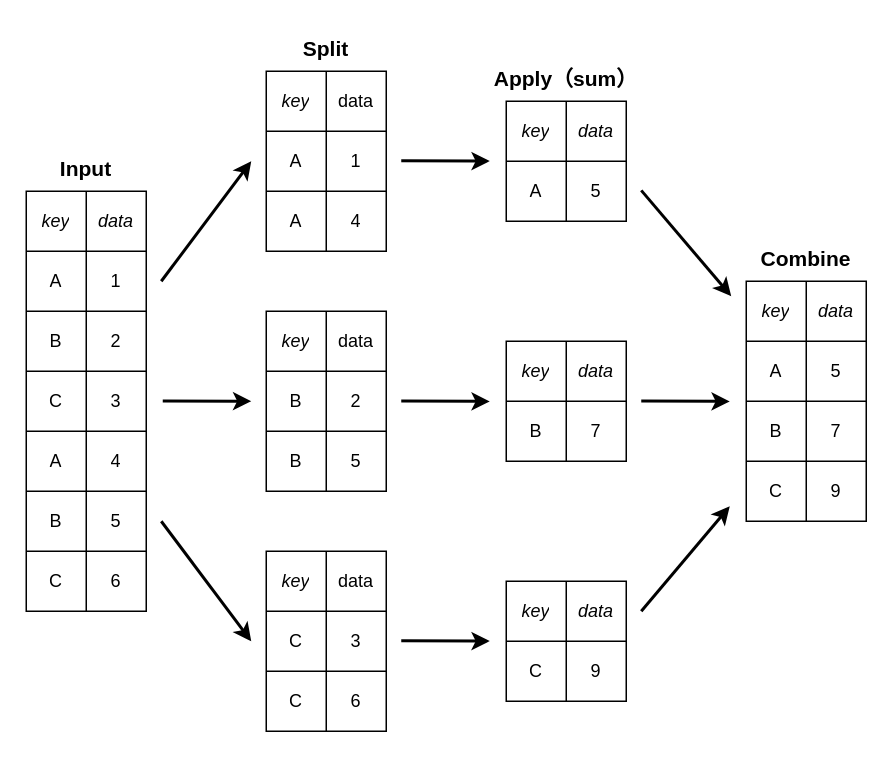
The draw.io diagram drawio/ch-dask-dataframe/groupby.drawio in godaai/scale-py-zh, before the edit. Source tidied: cells renumbered, new cells numbered last; positions are measured from the earlier drawing's top-left corner, leaving out a move shared by most shapes. Both pictures are drawn from the tidied source at 150%, with x=0, y=0 at pixel (26, 26).
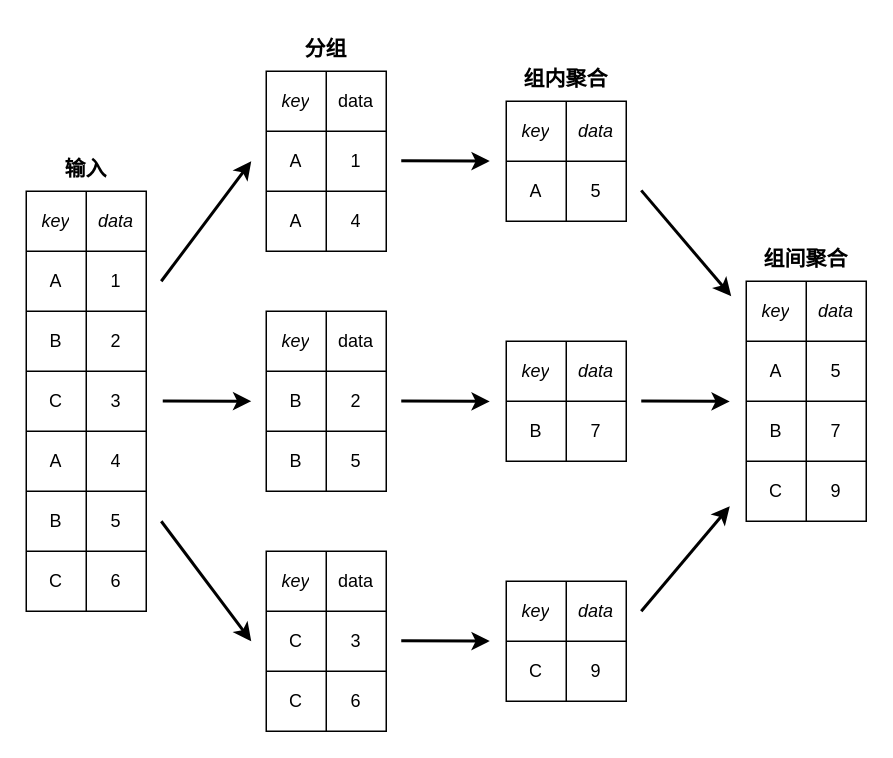
The same page after the edit.

Diff of the diagram source:
```diff
@@
-    <mxCell id="97" value="&lt;b&gt;&lt;font style=&quot;font-size: 14px;&quot;&gt;Input&lt;/font&gt;&lt;/b&gt;" style="text;html=1;align=center;verticalAlign=middle;whiteSpace=wrap;rounded=0;" parent="1" vertex="1">
+    <mxCell id="97" value="&lt;span style=&quot;font-size: 14px;&quot;&gt;&lt;b&gt;输入&lt;/b&gt;&lt;/span&gt;" style="text;html=1;align=center;verticalAlign=middle;whiteSpace=wrap;rounded=0;" parent="1" vertex="1">
       <mxGeometry y="80" width="80" height="30" as="geometry" />
     </mxCell>
-    <mxCell id="98" value="&lt;b&gt;&lt;font style=&quot;font-size: 14px;&quot;&gt;Combine&lt;/font&gt;&lt;/b&gt;" style="text;html=1;align=center;verticalAlign=middle;whiteSpace=wrap;rounded=0;" parent="1" vertex="1">
+    <mxCell id="98" value="&lt;span style=&quot;font-size: 14px;&quot;&gt;&lt;b&gt;组间聚合&lt;/b&gt;&lt;/span&gt;" style="text;html=1;align=center;verticalAlign=middle;whiteSpace=wrap;rounded=0;" parent="1" vertex="1">
       <mxGeometry x="480" y="140" width="80" height="30" as="geometry" />
     </mxCell>
-    <mxCell id="99" value="&lt;b&gt;&lt;font style=&quot;font-size: 14px;&quot;&gt;Apply（sum）&lt;/font&gt;&lt;/b&gt;" style="text;html=1;align=center;verticalAlign=middle;whiteSpace=wrap;rounded=0;" parent="1" vertex="1">
+    <mxCell id="99" value="&lt;span style=&quot;font-size: 14px;&quot;&gt;&lt;b&gt;组内聚合&lt;/b&gt;&lt;/span&gt;" style="text;html=1;align=center;verticalAlign=middle;whiteSpace=wrap;rounded=0;" parent="1" vertex="1">
       <mxGeometry x="310" y="20" width="100" height="30" as="geometry" />
     </mxCell>
-    <mxCell id="100" value="&lt;b&gt;&lt;font style=&quot;font-size: 14px;&quot;&gt;Split&lt;/font&gt;&lt;/b&gt;" style="text;html=1;align=center;verticalAlign=middle;whiteSpace=wrap;rounded=0;" parent="1" vertex="1">
+    <mxCell id="100" value="&lt;span style=&quot;font-size: 14px;&quot;&gt;&lt;b&gt;分组&lt;/b&gt;&lt;/span&gt;" style="text;html=1;align=center;verticalAlign=middle;whiteSpace=wrap;rounded=0;" parent="1" vertex="1">
       <mxGeometry x="160" width="80" height="30" as="geometry" />
     </mxCell>
```
